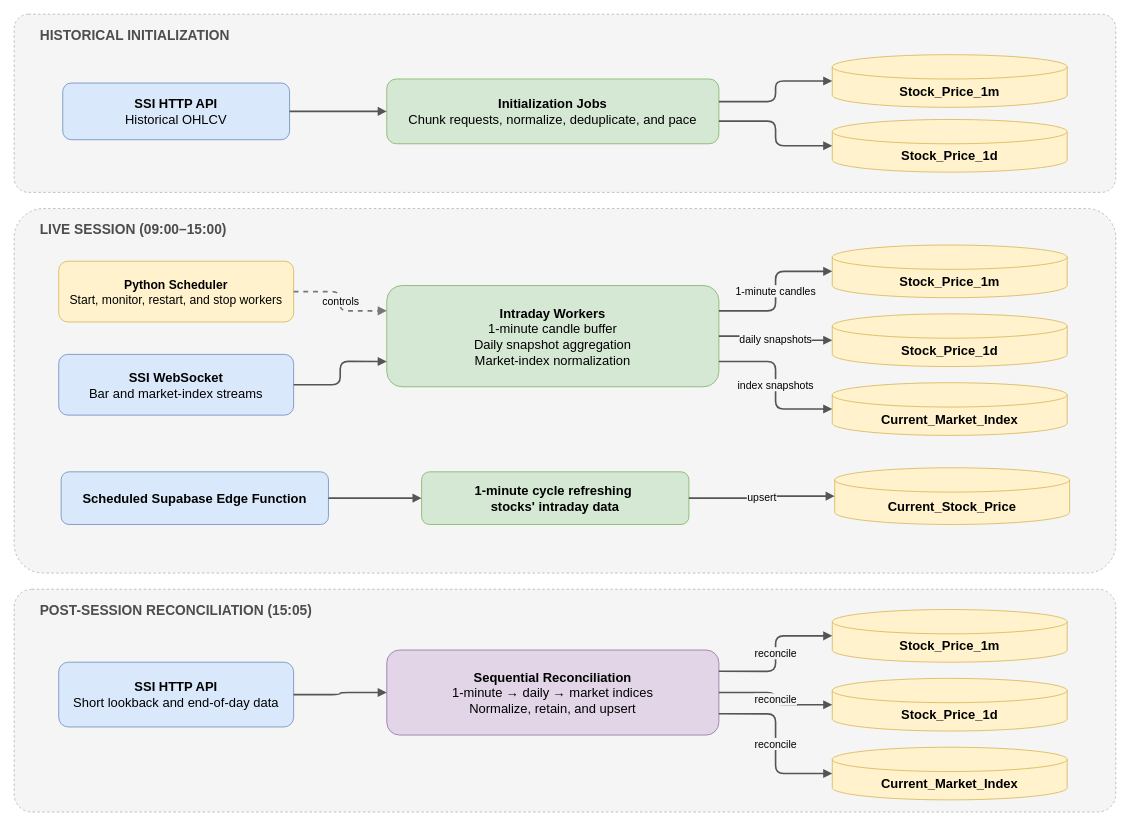
Above: report/diagrams/chapter4/stockrium_market_acquisition_pipeline.drawio in lqhuy04/Thesis-22125031-22125035 (draw.io), before the change. Source tidied: cells renumbered, new cells numbered last; positions are measured from the earlier drawing's top-left corner, leaving out a move shared by most shapes. Both pictures are drawn from the tidied source at 81%, with x=0, y=0 at pixel (14, 14).
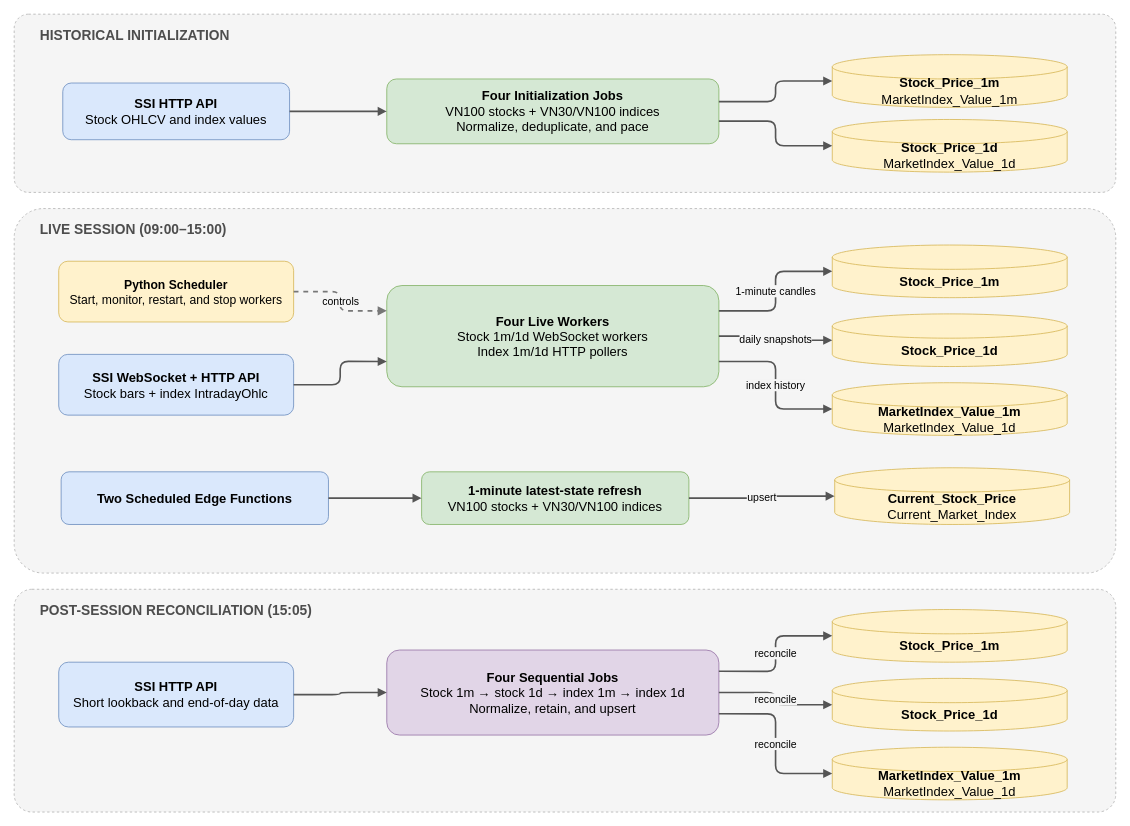
The same page after the edit.

The edit, as a diff of the source:
```diff
@@
-    <mxCell id="8" value="&lt;b&gt;SSI HTTP API&lt;/b&gt;&lt;br&gt;Historical OHLCV" style="rounded=1;whiteSpace=wrap;html=1;fillColor=#dae8fc;strokeColor=#6c8ebf;fontSize=16;" parent="1" vertex="1">
+    <mxCell id="8" value="&lt;b&gt;SSI HTTP API&lt;/b&gt;&lt;br&gt;Stock OHLCV and index values" style="rounded=1;whiteSpace=wrap;html=1;fillColor=#dae8fc;strokeColor=#6c8ebf;fontSize=16;" parent="1" vertex="1">
       <mxGeometry x="60" y="85" width="280" height="70" as="geometry" />
     </mxCell>
-    <mxCell id="9" value="&lt;b&gt;Initialization Jobs&lt;/b&gt;&lt;br&gt;Chunk requests, normalize, deduplicate, and pace" style="rounded=1;whiteSpace=wrap;html=1;fillColor=#d5e8d4;strokeColor=#82b366;fontSize=16;" parent="1" vertex="1">
+    <mxCell id="9" value="&lt;b&gt;Four Initialization Jobs&lt;/b&gt;&lt;br&gt;VN100 stocks + VN30/VN100 indices&lt;br&gt;Normalize, deduplicate, and pace" style="rounded=1;whiteSpace=wrap;html=1;fillColor=#d5e8d4;strokeColor=#82b366;fontSize=16;" parent="1" vertex="1">
       <mxGeometry x="460" y="80" width="410" height="80" as="geometry" />
     </mxCell>
-    <mxCell id="10" value="&lt;b&gt;Stock_Price_1m&lt;/b&gt;" style="shape=cylinder3;whiteSpace=wrap;html=1;boundedLbl=1;backgroundOutline=1;fillColor=#fff2cc;strokeColor=#d6b656;fontSize=16;" parent="1" vertex="1">
+    <mxCell id="10" value="&lt;b&gt;Stock_Price_1m&lt;/b&gt;&lt;br&gt;MarketIndex_Value_1m" style="shape=cylinder3;whiteSpace=wrap;html=1;boundedLbl=1;backgroundOutline=1;fillColor=#fff2cc;strokeColor=#d6b656;fontSize=16;" parent="1" vertex="1">
       <mxGeometry x="1010" y="50" width="290" height="65" as="geometry" />
     </mxCell>
-    <mxCell id="11" value="&lt;b&gt;Stock_Price_1d&lt;/b&gt;" style="shape=cylinder3;whiteSpace=wrap;html=1;boundedLbl=1;backgroundOutline=1;fillColor=#fff2cc;strokeColor=#d6b656;fontSize=16;" parent="1" vertex="1">
+    <mxCell id="11" value="&lt;b&gt;Stock_Price_1d&lt;/b&gt;&lt;br&gt;MarketIndex_Value_1d" style="shape=cylinder3;whiteSpace=wrap;html=1;boundedLbl=1;backgroundOutline=1;fillColor=#fff2cc;strokeColor=#d6b656;fontSize=16;" parent="1" vertex="1">
       <mxGeometry x="1010" y="130" width="290" height="65" as="geometry" />
     </mxCell>
@@
-    <mxCell id="13" value="&lt;b&gt;SSI WebSocket&lt;/b&gt;&lt;br&gt;Bar and market-index streams" style="rounded=1;whiteSpace=wrap;html=1;fillColor=#dae8fc;strokeColor=#6c8ebf;fontSize=16;" parent="1" vertex="1">
+    <mxCell id="13" value="&lt;b&gt;SSI WebSocket + HTTP API&lt;/b&gt;&lt;br&gt;Stock bars + index IntradayOhlc" style="rounded=1;whiteSpace=wrap;html=1;fillColor=#dae8fc;strokeColor=#6c8ebf;fontSize=16;" parent="1" vertex="1">
       <mxGeometry x="55" y="420" width="290" height="75" as="geometry" />
     </mxCell>
-    <mxCell id="14" value="&lt;b&gt;Intraday Workers&lt;/b&gt;&lt;br&gt;1-minute candle buffer&lt;br&gt;Daily snapshot aggregation&lt;br&gt;Market-index normalization" style="rounded=1;whiteSpace=wrap;html=1;fillColor=#d5e8d4;strokeColor=#82b366;fontSize=16;" parent="1" vertex="1">
+    <mxCell id="14" value="&lt;b&gt;Four Live Workers&lt;/b&gt;&lt;br&gt;Stock 1m/1d WebSocket workers&lt;br&gt;Index 1m/1d HTTP pollers" style="rounded=1;whiteSpace=wrap;html=1;fillColor=#d5e8d4;strokeColor=#82b366;fontSize=16;" parent="1" vertex="1">
       <mxGeometry x="460" y="335" width="410" height="125" as="geometry" />
     </mxCell>
@@
-    <mxCell id="17" value="&lt;b&gt;Current_Market_Index&lt;/b&gt;" style="shape=cylinder3;whiteSpace=wrap;html=1;boundedLbl=1;backgroundOutline=1;fillColor=#fff2cc;strokeColor=#d6b656;fontSize=16;" parent="1" vertex="1">
+    <mxCell id="17" value="&lt;b&gt;MarketIndex_Value_1m&lt;/b&gt;&lt;br&gt;MarketIndex_Value_1d" style="shape=cylinder3;whiteSpace=wrap;html=1;boundedLbl=1;backgroundOutline=1;fillColor=#fff2cc;strokeColor=#d6b656;fontSize=16;" parent="1" vertex="1">
       <mxGeometry x="1010" y="455" width="290" height="65" as="geometry" />
     </mxCell>
@@
-    <mxCell id="19" value="&lt;b&gt;Sequential Reconciliation&lt;/b&gt;&lt;br&gt;1-minute → daily → market indices&lt;br&gt;Normalize, retain, and upsert" style="rounded=1;whiteSpace=wrap;html=1;fillColor=#e1d5e7;strokeColor=#9673a6;fontSize=16;" parent="1" vertex="1">
+    <mxCell id="19" value="&lt;b&gt;Four Sequential Jobs&lt;/b&gt;&lt;br&gt;Stock 1m → stock 1d → index 1m → index 1d&lt;br&gt;Normalize, retain, and upsert" style="rounded=1;whiteSpace=wrap;html=1;fillColor=#e1d5e7;strokeColor=#9673a6;fontSize=16;" parent="1" vertex="1">
       <mxGeometry x="460" y="785" width="410" height="105" as="geometry" />
     </mxCell>
@@
-    <mxCell id="22" value="&lt;b&gt;Current_Market_Index&lt;/b&gt;" style="shape=cylinder3;whiteSpace=wrap;html=1;boundedLbl=1;backgroundOutline=1;fillColor=#fff2cc;strokeColor=#d6b656;fontSize=16;" parent="1" vertex="1">
+    <mxCell id="22" value="&lt;b&gt;MarketIndex_Value_1m&lt;/b&gt;&lt;br&gt;MarketIndex_Value_1d" style="shape=cylinder3;whiteSpace=wrap;html=1;boundedLbl=1;backgroundOutline=1;fillColor=#fff2cc;strokeColor=#d6b656;fontSize=16;" parent="1" vertex="1">
       <mxGeometry x="1010" y="905" width="290" height="65" as="geometry" />
     </mxCell>
@@
-    <mxCell id="30" value="index snapshots" style="edgeStyle=orthogonalEdgeStyle;rounded=1;html=1;endArrow=block;endFill=1;strokeWidth=2;strokeColor=#555555;fontSize=13;labelBackgroundColor=#f5f5f5;exitX=1;exitY=0.75;entryX=0;entryY=0.5;" parent="1" edge="1" source="14" target="17">
+    <mxCell id="30" value="index history" style="edgeStyle=orthogonalEdgeStyle;rounded=1;html=1;endArrow=block;endFill=1;strokeWidth=2;strokeColor=#555555;fontSize=13;labelBackgroundColor=#f5f5f5;exitX=1;exitY=0.75;entryX=0;entryY=0.5;" parent="1" edge="1" source="14" target="17">
       <mxGeometry relative="1" as="geometry" />
     </mxCell>
@@
-    <mxCell id="35" value="&lt;b&gt;Scheduled Supabase Edge Function&lt;/b&gt;" style="rounded=1;whiteSpace=wrap;html=1;fillColor=#dae8fc;strokeColor=#6c8ebf;fontSize=16;" parent="1" vertex="1">
+    <mxCell id="35" value="&lt;b&gt;Two Scheduled Edge Functions&lt;/b&gt;" style="rounded=1;whiteSpace=wrap;html=1;fillColor=#dae8fc;strokeColor=#6c8ebf;fontSize=16;" parent="1" vertex="1">
       <mxGeometry x="58" y="565" width="330" height="65" as="geometry" />
     </mxCell>
-    <mxCell id="36" value="&lt;b&gt;1-minute cycle refreshing&amp;nbsp;&lt;/b&gt;&lt;div&gt;&lt;b&gt;stocks' intraday data&lt;/b&gt;&lt;/div&gt;" style="rounded=1;whiteSpace=wrap;html=1;fillColor=#d5e8d4;strokeColor=#82b366;fontSize=16;" parent="1" vertex="1">
+    <mxCell id="36" value="&lt;b&gt;1-minute latest-state refresh&lt;/b&gt;&lt;br&gt;VN100 stocks + VN30/VN100 indices" style="rounded=1;whiteSpace=wrap;html=1;fillColor=#d5e8d4;strokeColor=#82b366;fontSize=16;" parent="1" vertex="1">
       <mxGeometry x="503" y="565" width="330" height="65" as="geometry" />
     </mxCell>
-    <mxCell id="37" value="&lt;b&gt;Current_Stock_Price&lt;/b&gt;" style="shape=cylinder3;whiteSpace=wrap;html=1;boundedLbl=1;backgroundOutline=1;fillColor=#fff2cc;strokeColor=#d6b656;fontSize=16;" parent="1" vertex="1">
+    <mxCell id="37" value="&lt;b&gt;Current_Stock_Price&lt;/b&gt;&lt;br&gt;Current_Market_Index" style="shape=cylinder3;whiteSpace=wrap;html=1;boundedLbl=1;backgroundOutline=1;fillColor=#fff2cc;strokeColor=#d6b656;fontSize=16;" parent="1" vertex="1">
       <mxGeometry x="1013" y="560" width="290" height="70" as="geometry" />
     </mxCell>
```
